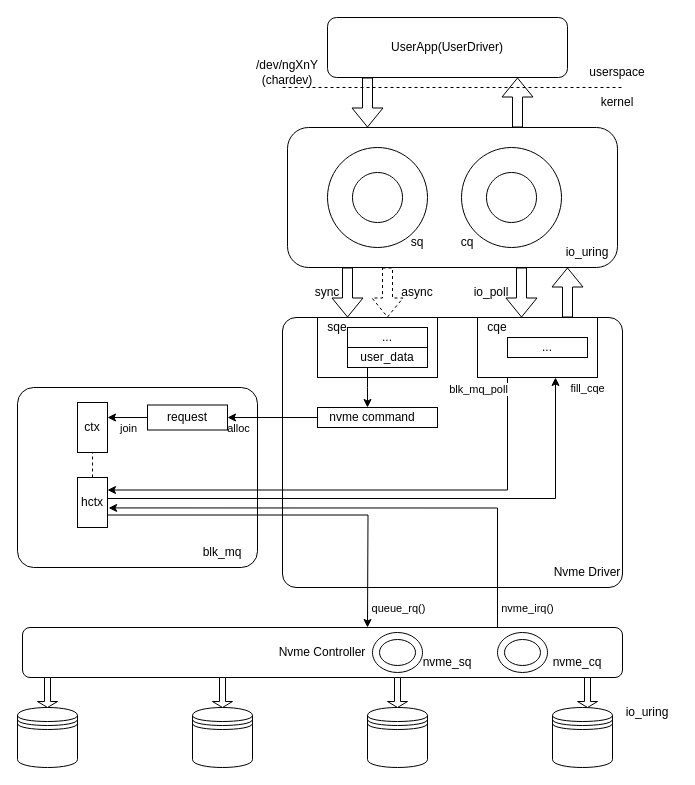
Above: page "第 1 页" (1 of 3) of test1.drawio in jdmfr/dormouse (draw.io), before the change. Source tidied: cells renumbered, new cells numbered last; positions are measured from the earlier drawing's top-left corner, leaving out a move shared by most shapes. Both pictures are drawn from the tidied source at 100%, with x=0, y=0 at pixel (17, 17).
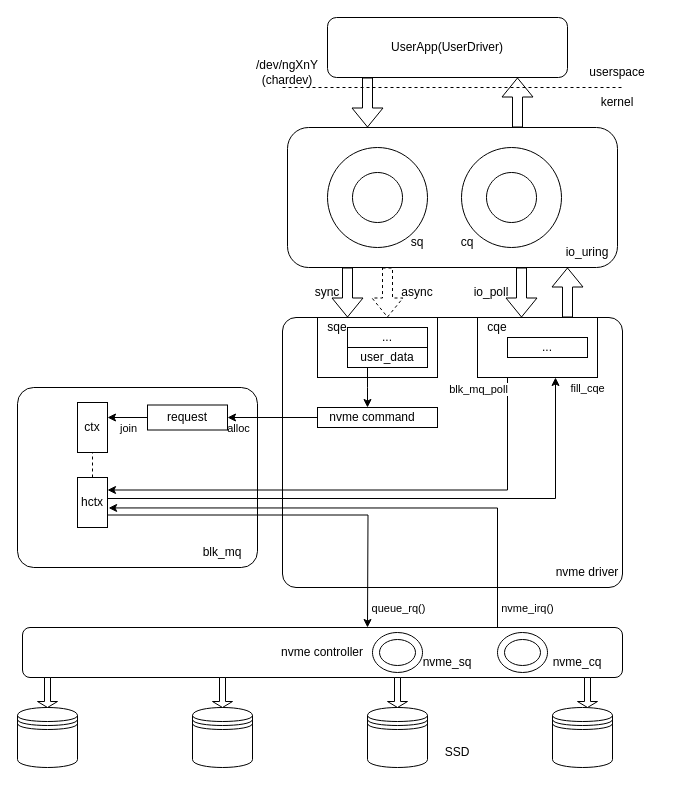
The same page after the edit.

Change to the diagram source:
```diff
@@
-    <mxCell id="17" value="Nvme Driver" style="text;html=1;strokeColor=none;fillColor=none;align=center;verticalAlign=middle;whiteSpace=wrap;rounded=0;" parent="1" vertex="1">
+    <mxCell id="17" value="nvme driver" style="text;html=1;strokeColor=none;fillColor=none;align=center;verticalAlign=middle;whiteSpace=wrap;rounded=0;" parent="1" vertex="1">
       <mxGeometry x="535" y="540" width="70" height="30" as="geometry" />
     </mxCell>
@@
-    <mxCell id="40" value="Nvme Controller" style="rounded=1;whiteSpace=wrap;html=1;" parent="1" vertex="1">
+    <mxCell id="40" value="nvme controller" style="rounded=1;whiteSpace=wrap;html=1;" parent="1" vertex="1">
       <mxGeometry x="5" y="610" width="600" height="50" as="geometry" />
     </mxCell>
@@
-    <mxCell id="49" value="io_uring" style="text;html=1;strokeColor=none;fillColor=none;align=center;verticalAlign=middle;whiteSpace=wrap;rounded=0;" parent="1" vertex="1">
-      <mxGeometry x="600" y="680" width="60" height="30" as="geometry" />
+    <mxCell id="49" value="SSD" style="text;html=1;strokeColor=none;fillColor=none;align=center;verticalAlign=middle;whiteSpace=wrap;rounded=0;" parent="1" vertex="1">
+      <mxGeometry x="410" y="720" width="60" height="30" as="geometry" />
     </mxCell>
```
